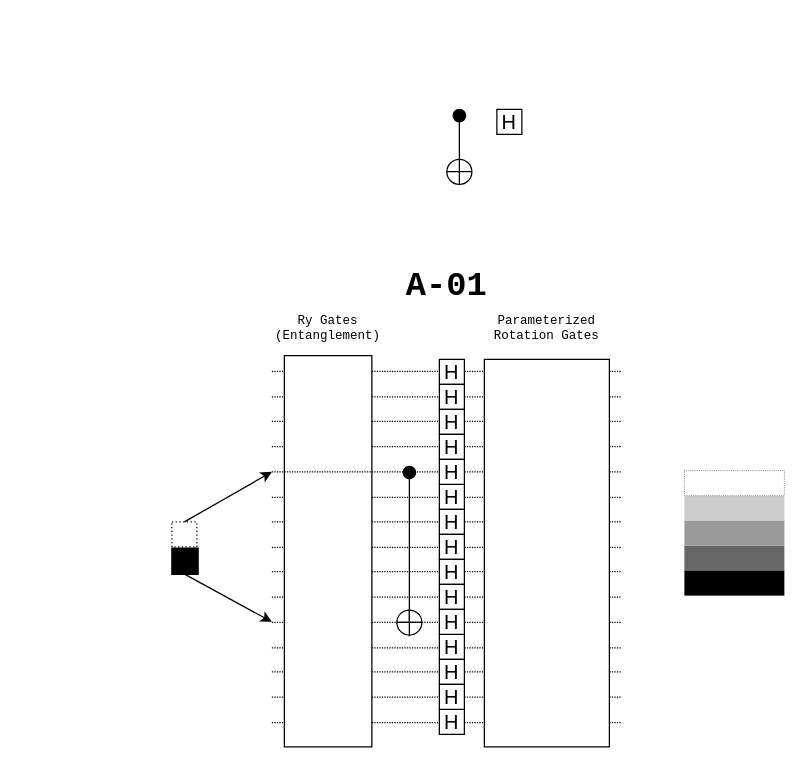
BiancaMass/Diagrams keeps this draw.io diagram as VQC-A01.drawio. Above is the earlier version. Source tidied: cells renumbered, new cells numbered last; positions are measured from the earlier drawing's top-left corner, leaving out a move shared by most shapes. Both pictures are drawn from the tidied source at 125%, with x=0, y=0 at pixel (21, 21).
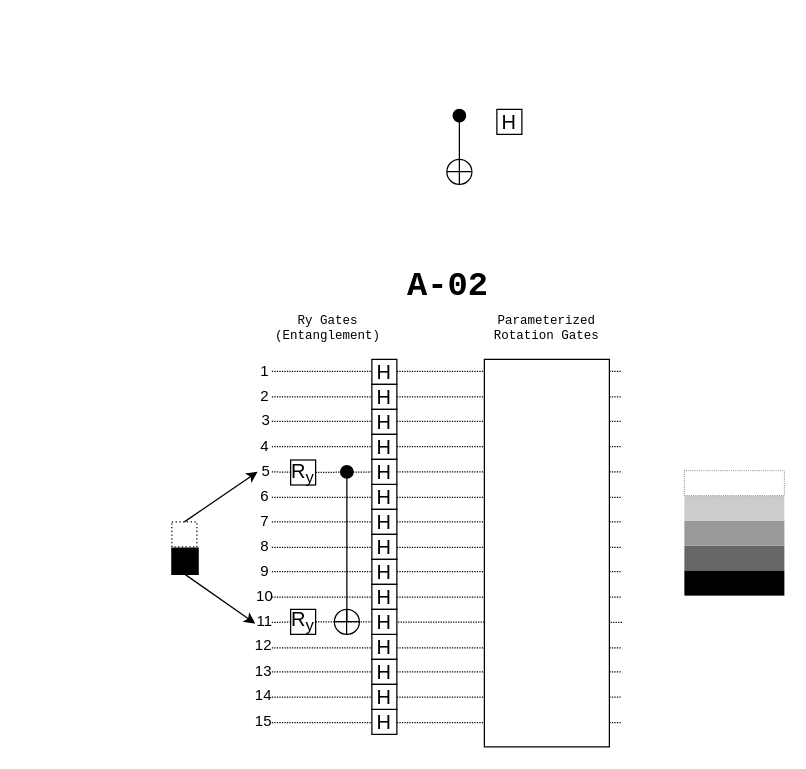
The same diagram, later.

The change refers to these unchanged cells:
```xml
<mxCell id="2" style="whiteSpace=wrap;html=1;dashed=1;dashPattern=1 2;" parent="1" vertex="1">
  <mxGeometry x="120" y="400" width="20" height="20" as="geometry" />
</mxCell>
<mxCell id="3" style="whiteSpace=wrap;html=1;fillColor=#000000;" parent="1" vertex="1">
  <mxGeometry x="120" y="421" width="21" height="21" as="geometry" />
</mxCell>
```

The edit, as a diff of the source:
```diff
@@
-    <mxCell id="10" style="endArrow=classic;html=1;rounded=0;exitX=0.5;exitY=0;exitDx=0;exitDy=0;" parent="1" edge="1" source="2">
-      <mxGeometry relative="1" as="geometry">
-        <mxPoint x="200" y="360" as="targetPoint" />
-      </mxGeometry>
+    <mxCell id="10" style="endArrow=classic;html=1;rounded=0;exitX=0.5;exitY=0;exitDx=0;exitDy=0;entryX=-0.126;entryY=0.483;entryDx=0;entryDy=0;entryPerimeter=0;" parent="1" edge="1" source="2" target="63">
+      <mxGeometry relative="1" as="geometry" />
     </mxCell>
-    <mxCell id="11" style="endArrow=classic;html=1;rounded=0;exitX=0.5;exitY=1;exitDx=0;exitDy=0;" parent="1" edge="1" source="3">
-      <mxGeometry relative="1" as="geometry">
-        <mxPoint x="200" y="480" as="targetPoint" />
-      </mxGeometry>
+    <mxCell id="11" style="endArrow=classic;html=1;rounded=0;exitX=0.5;exitY=1;exitDx=0;exitDy=0;entryX=-0.207;entryY=0.639;entryDx=0;entryDy=0;entryPerimeter=0;" parent="1" edge="1" source="3" target="69">
+      <mxGeometry relative="1" as="geometry" />
     </mxCell>
@@
     <mxCell id="14" style="ellipse;whiteSpace=wrap;html=1;fillColor=#000000;" parent="1" vertex="1">
-      <mxGeometry x="305" y="355.5" width="10" height="10" as="geometry" />
+      <mxGeometry x="255" y="355" width="10" height="10" as="geometry" />
     </mxCell>
     <mxCell id="15" style="ellipse;whiteSpace=wrap;html=1;" parent="1" vertex="1">
-      <mxGeometry x="300" y="470.5" width="20" height="20" as="geometry" />
+      <mxGeometry x="250" y="470" width="20" height="20" as="geometry" />
     </mxCell>
@@
-    <mxCell id="25" style="endArrow=none;html=1;rounded=0;dashed=1;dashPattern=1 1;" parent="1" edge="1">
+    <mxCell id="25" style="endArrow=none;html=1;rounded=0;dashed=1;dashPattern=1 1;" parent="1" edge="1" source="77">
       <mxGeometry relative="1" as="geometry">
-        <mxPoint x="200" y="480.4" as="sourcePoint" />
         <mxPoint x="480" y="480.4" as="targetPoint" />
       </mxGeometry>
     </mxCell>
@@
     <mxCell id="30" style="endArrow=none;html=1;rounded=0;" parent="1" edge="1">
       <mxGeometry relative="1" as="geometry">
-        <mxPoint x="300" y="480.3" as="sourcePoint" />
-        <mxPoint x="320" y="480.3" as="targetPoint" />
+        <mxPoint x="250" y="479.8" as="sourcePoint" />
+        <mxPoint x="270" y="479.8" as="targetPoint" />
       </mxGeometry>
     </mxCell>
     <mxCell id="31" style="endArrow=none;html=1;rounded=0;" parent="1" edge="1">
       <mxGeometry relative="1" as="geometry">
-        <mxPoint x="310" y="491.5" as="sourcePoint" />
-        <mxPoint x="310" y="471.5" as="targetPoint" />
+        <mxPoint x="259.8" y="490" as="sourcePoint" />
+        <mxPoint x="259.8" y="470" as="targetPoint" />
       </mxGeometry>
     </mxCell>
     <mxCell id="32" style="endArrow=none;html=1;rounded=0;" parent="1" edge="1">
       <mxGeometry relative="1" as="geometry">
-        <mxPoint x="310" y="480.5" as="sourcePoint" />
-        <mxPoint x="310" y="365.5" as="targetPoint" />
+        <mxPoint x="260" y="480" as="sourcePoint" />
+        <mxPoint x="260" y="365" as="targetPoint" />
       </mxGeometry>
     </mxCell>
@@
-    <mxCell id="38" style="rounded=0;whiteSpace=wrap;html=1;" parent="1" vertex="1">
-      <mxGeometry x="210" y="267" width="70" height="313" as="geometry" />
-    </mxCell>
@@
     <mxCell id="40" value="&lt;font style=&quot;font-size: 16px;&quot;&gt;H&lt;/font&gt;" style="whiteSpace=wrap;html=1;fontSize=16;" parent="1" vertex="1">
-      <mxGeometry x="334" y="270" width="20" height="20" as="geometry" />
+      <mxGeometry x="280" y="270" width="20" height="20" as="geometry" />
     </mxCell>
     <mxCell id="41" value="&lt;font style=&quot;font-size: 16px;&quot;&gt;H&lt;/font&gt;" style="whiteSpace=wrap;html=1;fontSize=16;" parent="1" vertex="1">
-      <mxGeometry x="334" y="290" width="20" height="20" as="geometry" />
+      <mxGeometry x="280" y="290" width="20" height="20" as="geometry" />
     </mxCell>
     <mxCell id="42" value="&lt;font style=&quot;font-size: 16px;&quot;&gt;H&lt;/font&gt;" style="whiteSpace=wrap;html=1;fontSize=16;" parent="1" vertex="1">
-      <mxGeometry x="334" y="310" width="20" height="20" as="geometry" />
+      <mxGeometry x="280" y="310" width="20" height="20" as="geometry" />
     </mxCell>
     <mxCell id="43" value="&lt;font style=&quot;font-size: 16px;&quot;&gt;H&lt;/font&gt;" style="whiteSpace=wrap;html=1;fontSize=16;" parent="1" vertex="1">
-      <mxGeometry x="334" y="330" width="20" height="20" as="geometry" />
+      <mxGeometry x="280" y="330" width="20" height="20" as="geometry" />
     </mxCell>
     <mxCell id="44" value="&lt;font style=&quot;font-size: 16px;&quot;&gt;H&lt;/font&gt;" style="whiteSpace=wrap;html=1;fontSize=16;" parent="1" vertex="1">
-      <mxGeometry x="334" y="370" width="20" height="20" as="geometry" />
+      <mxGeometry x="280" y="370" width="20" height="20" as="geometry" />
     </mxCell>
-    <mxCell id="45" style="endArrow=none;html=1;rounded=0;dashed=1;dashPattern=1 1;" parent="1" edge="1" target="46">
-      <mxGeometry relative="1" as="geometry">
-        <mxPoint x="200" y="360" as="sourcePoint" />
-      </mxGeometry>
+    <mxCell id="45" style="endArrow=none;html=1;rounded=0;dashed=1;dashPattern=1 1;" parent="1" edge="1" source="75" target="46">
+      <mxGeometry relative="1" as="geometry" />
     </mxCell>
     <mxCell id="46" value="&lt;font style=&quot;font-size: 16px;&quot;&gt;H&lt;/font&gt;" style="whiteSpace=wrap;html=1;fontSize=16;" parent="1" vertex="1">
-      <mxGeometry x="334" y="350" width="20" height="20" as="geometry" />
+      <mxGeometry x="280" y="350" width="20" height="20" as="geometry" />
     </mxCell>
     <mxCell id="47" value="&lt;font style=&quot;font-size: 16px;&quot;&gt;H&lt;/font&gt;" style="whiteSpace=wrap;html=1;fontSize=16;" parent="1" vertex="1">
-      <mxGeometry x="334" y="390" width="20" height="20" as="geometry" />
+      <mxGeometry x="280" y="390" width="20" height="20" as="geometry" />
     </mxCell>
     <mxCell id="48" value="&lt;font style=&quot;font-size: 16px;&quot;&gt;H&lt;/font&gt;" style="whiteSpace=wrap;html=1;fontSize=16;" parent="1" vertex="1">
-      <mxGeometry x="334" y="410" width="20" height="20" as="geometry" />
+      <mxGeometry x="280" y="410" width="20" height="20" as="geometry" />
     </mxCell>
     <mxCell id="49" value="&lt;font style=&quot;font-size: 16px;&quot;&gt;H&lt;/font&gt;" style="whiteSpace=wrap;html=1;fontSize=16;" parent="1" vertex="1">
-      <mxGeometry x="334" y="430" width="20" height="20" as="geometry" />
+      <mxGeometry x="280" y="430" width="20" height="20" as="geometry" />
     </mxCell>
     <mxCell id="50" value="&lt;font style=&quot;font-size: 16px;&quot;&gt;H&lt;/font&gt;" style="whiteSpace=wrap;html=1;fontSize=16;" parent="1" vertex="1">
-      <mxGeometry x="334" y="450" width="20" height="20" as="geometry" />
+      <mxGeometry x="280" y="450" width="20" height="20" as="geometry" />
     </mxCell>
     <mxCell id="51" value="&lt;font style=&quot;font-size: 16px;&quot;&gt;H&lt;/font&gt;" style="whiteSpace=wrap;html=1;fontSize=16;" parent="1" vertex="1">
-      <mxGeometry x="334" y="490" width="20" height="20" as="geometry" />
+      <mxGeometry x="280" y="490" width="20" height="20" as="geometry" />
     </mxCell>
     <mxCell id="52" value="&lt;font style=&quot;font-size: 16px;&quot;&gt;H&lt;/font&gt;" style="whiteSpace=wrap;html=1;fontSize=16;" parent="1" vertex="1">
-      <mxGeometry x="334" y="470" width="20" height="20" as="geometry" />
+      <mxGeometry x="280" y="470" width="20" height="20" as="geometry" />
     </mxCell>
     <mxCell id="53" value="&lt;font style=&quot;font-size: 16px;&quot;&gt;H&lt;/font&gt;" style="whiteSpace=wrap;html=1;fontSize=16;" parent="1" vertex="1">
-      <mxGeometry x="334" y="510" width="20" height="20" as="geometry" />
+      <mxGeometry x="280" y="510" width="20" height="20" as="geometry" />
     </mxCell>
     <mxCell id="54" value="&lt;font style=&quot;font-size: 16px;&quot;&gt;H&lt;/font&gt;" style="whiteSpace=wrap;html=1;fontSize=16;" parent="1" vertex="1">
-      <mxGeometry x="334" y="550" width="20" height="20" as="geometry" />
+      <mxGeometry x="280" y="550" width="20" height="20" as="geometry" />
     </mxCell>
     <mxCell id="55" value="&lt;font style=&quot;font-size: 16px;&quot;&gt;H&lt;/font&gt;" style="whiteSpace=wrap;html=1;fontSize=16;" parent="1" vertex="1">
-      <mxGeometry x="334" y="530" width="20" height="20" as="geometry" />
+      <mxGeometry x="280" y="530" width="20" height="20" as="geometry" />
     </mxCell>
@@
-    <mxCell id="58" value="&lt;font face=&quot;Courier New&quot; style=&quot;font-size: 27px;&quot;&gt;A-01&lt;/font&gt;" style="text;html=1;strokeColor=none;fillColor=none;align=center;verticalAlign=middle;whiteSpace=wrap;rounded=0;fontStyle=1;" parent="1" vertex="1">
-      <mxGeometry x="200" y="197" width="280" height="30" as="geometry" />
+    <mxCell id="58" value="&lt;font face=&quot;Courier New&quot; style=&quot;font-size: 27px;&quot;&gt;A-02&lt;/font&gt;" style="text;html=1;strokeColor=none;fillColor=none;align=center;verticalAlign=middle;whiteSpace=wrap;rounded=0;fontStyle=1;" parent="1" vertex="1">
+      <mxGeometry x="201" y="197" width="280" height="30" as="geometry" />
     </mxCell>
+    <mxCell id="59" value="1" style="text;html=1;strokeColor=none;fillColor=none;align=center;verticalAlign=middle;whiteSpace=wrap;rounded=0;" parent="1" vertex="1">
+      <mxGeometry x="189" y="275" width="11" height="10" as="geometry" />
+    </mxCell>
+    <mxCell id="60" value="2" style="text;html=1;strokeColor=none;fillColor=none;align=center;verticalAlign=middle;whiteSpace=wrap;rounded=0;" parent="1" vertex="1">
+      <mxGeometry x="189" y="295" width="11" height="10" as="geometry" />
+    </mxCell>
+    <mxCell id="61" value="3" style="text;html=1;strokeColor=none;fillColor=none;align=center;verticalAlign=middle;whiteSpace=wrap;rounded=0;" parent="1" vertex="1">
+      <mxGeometry x="190" y="314" width="11" height="10" as="geometry" />
+    </mxCell>
+    <mxCell id="62" value="4" style="text;html=1;strokeColor=none;fillColor=none;align=center;verticalAlign=middle;whiteSpace=wrap;rounded=0;" parent="1" vertex="1">
+      <mxGeometry x="189" y="335" width="11" height="10" as="geometry" />
+    </mxCell>
+    <mxCell id="63" value="5" style="text;html=1;strokeColor=none;fillColor=none;align=center;verticalAlign=middle;whiteSpace=wrap;rounded=0;" parent="1" vertex="1">
+      <mxGeometry x="190" y="355" width="11" height="10" as="geometry" />
+    </mxCell>
+    <mxCell id="64" value="6" style="text;html=1;strokeColor=none;fillColor=none;align=center;verticalAlign=middle;whiteSpace=wrap;rounded=0;" parent="1" vertex="1">
+      <mxGeometry x="189" y="375" width="11" height="10" as="geometry" />
+    </mxCell>
+    <mxCell id="65" value="7" style="text;html=1;strokeColor=none;fillColor=none;align=center;verticalAlign=middle;whiteSpace=wrap;rounded=0;" parent="1" vertex="1">
+      <mxGeometry x="189" y="395" width="11" height="10" as="geometry" />
+    </mxCell>
+    <mxCell id="66" value="8" style="text;html=1;strokeColor=none;fillColor=none;align=center;verticalAlign=middle;whiteSpace=wrap;rounded=0;" parent="1" vertex="1">
+      <mxGeometry x="189" y="415" width="11" height="10" as="geometry" />
+    </mxCell>
+    <mxCell id="67" value="9" style="text;html=1;strokeColor=none;fillColor=none;align=center;verticalAlign=middle;whiteSpace=wrap;rounded=0;" parent="1" vertex="1">
+      <mxGeometry x="189" y="435" width="11" height="10" as="geometry" />
+    </mxCell>
+    <mxCell id="68" value="10" style="text;html=1;strokeColor=none;fillColor=none;align=center;verticalAlign=middle;whiteSpace=wrap;rounded=0;" parent="1" vertex="1">
+      <mxGeometry x="189" y="455" width="11" height="10" as="geometry" />
+    </mxCell>
+    <mxCell id="69" value="11" style="text;html=1;strokeColor=none;fillColor=none;align=center;verticalAlign=middle;whiteSpace=wrap;rounded=0;" parent="1" vertex="1">
+      <mxGeometry x="189" y="475" width="11" height="10" as="geometry" />
+    </mxCell>
+    <mxCell id="70" value="12" style="text;html=1;strokeColor=none;fillColor=none;align=center;verticalAlign=middle;whiteSpace=wrap;rounded=0;" parent="1" vertex="1">
+      <mxGeometry x="188" y="494" width="11" height="10" as="geometry" />
+    </mxCell>
+    <mxCell id="71" value="13" style="text;html=1;strokeColor=none;fillColor=none;align=center;verticalAlign=middle;whiteSpace=wrap;rounded=0;" parent="1" vertex="1">
+      <mxGeometry x="188" y="515" width="11" height="10" as="geometry" />
+    </mxCell>
+    <mxCell id="72" value="14" style="text;html=1;strokeColor=none;fillColor=none;align=center;verticalAlign=middle;whiteSpace=wrap;rounded=0;" parent="1" vertex="1">
+      <mxGeometry x="188" y="534" width="11" height="10" as="geometry" />
+    </mxCell>
+    <mxCell id="73" value="15" style="text;html=1;strokeColor=none;fillColor=none;align=center;verticalAlign=middle;whiteSpace=wrap;rounded=0;" parent="1" vertex="1">
+      <mxGeometry x="188" y="555" width="11" height="10" as="geometry" />
+    </mxCell>
+    <mxCell id="74" style="endArrow=none;html=1;rounded=0;dashed=1;dashPattern=1 1;" parent="1" edge="1" target="75">
+      <mxGeometry relative="1" as="geometry">
+        <mxPoint x="200" y="360" as="sourcePoint" />
+      </mxGeometry>
+    </mxCell>
+    <mxCell id="75" value="&lt;font style=&quot;font-size: 16px;&quot;&gt;R&lt;sub&gt;y&lt;/sub&gt;&lt;/font&gt;" style="whiteSpace=wrap;html=1;fontSize=16;" parent="1" vertex="1">
+      <mxGeometry x="215" y="350.5" width="20" height="20" as="geometry" />
+    </mxCell>
+    <mxCell id="76" style="endArrow=none;html=1;rounded=0;dashed=1;dashPattern=1 1;" parent="1" edge="1" target="77">
+      <mxGeometry relative="1" as="geometry">
+        <mxPoint x="200" y="480.4" as="sourcePoint" />
+      </mxGeometry>
+    </mxCell>
+    <mxCell id="77" value="&lt;font style=&quot;font-size: 16px;&quot;&gt;R&lt;sub&gt;y&lt;/sub&gt;&lt;/font&gt;" style="whiteSpace=wrap;html=1;fontSize=16;" parent="1" vertex="1">
+      <mxGeometry x="215" y="470" width="20" height="20" as="geometry" />
+    </mxCell>
```
